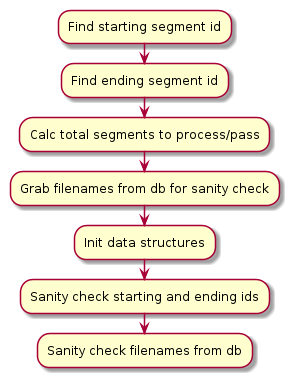
Above: docs/synthesis_activity_diagram.png in mrobbeloth/obstruction (PlantUML), before the change.
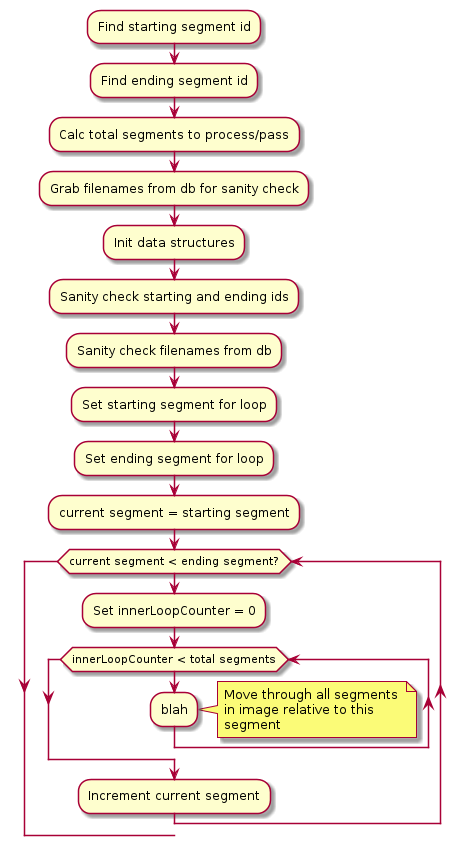
Above is the later version.

The edit, as a diff of the source:
```diff
@@ -6,5 +6,19 @@
 :Init data structures;
 :Sanity check starting and ending ids;
 :Sanity check filenames from db;
-
+:Set starting segment for loop;
+:Set ending segment for loop;
+:current segment = starting segment;
+while (current segment < ending segment?)
+   :Set innerLoopCounter = 0;
+   while (innerLoopCounter < total segments)
+      :blah;
+      note right
+         Move through all segments
+         in image relative to this
+         segment
+      end note
+   endwhile
+   :Increment current segment;
+endwhile
 @enduml
```
